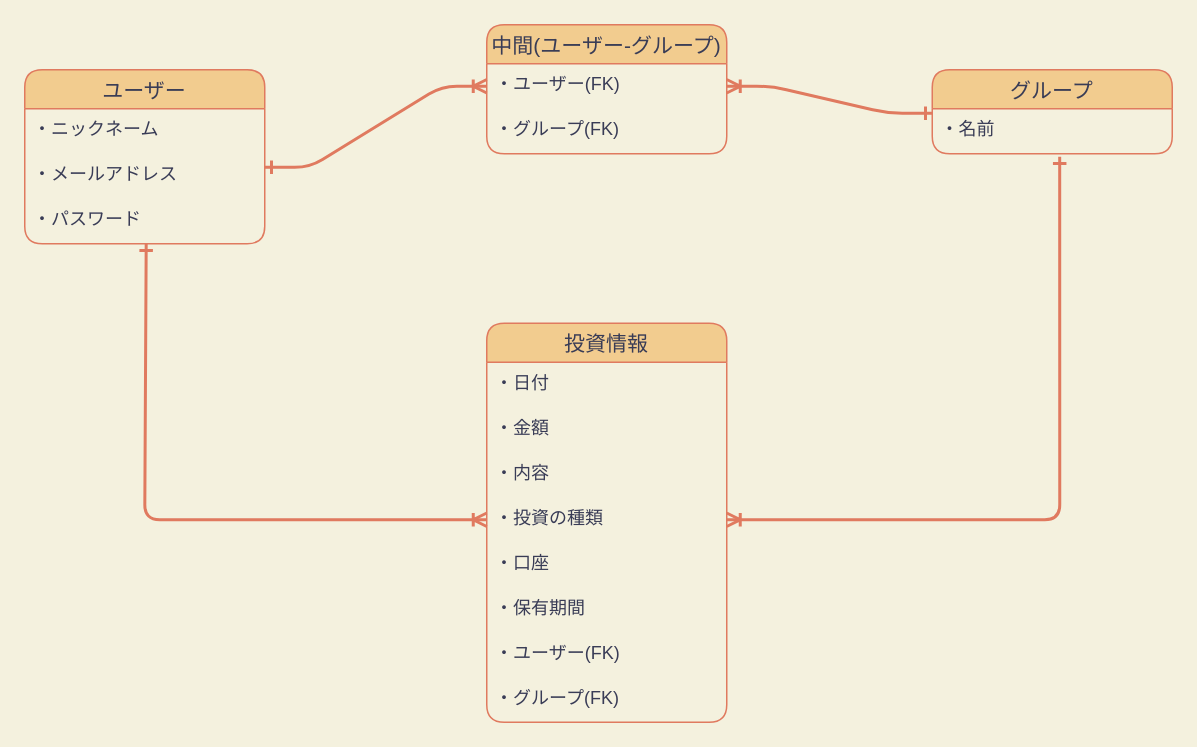
This is table-design.dio from kamahiro0413/invest-manage, a draw.io file, before an edit. Source tidied: cells renumbered, new cells numbered last; positions are measured from the earlier drawing's top-left corner, leaving out a move shared by most shapes. Both pictures are drawn from the tidied source at 150%, with x=0, y=0 at pixel (24, 24).
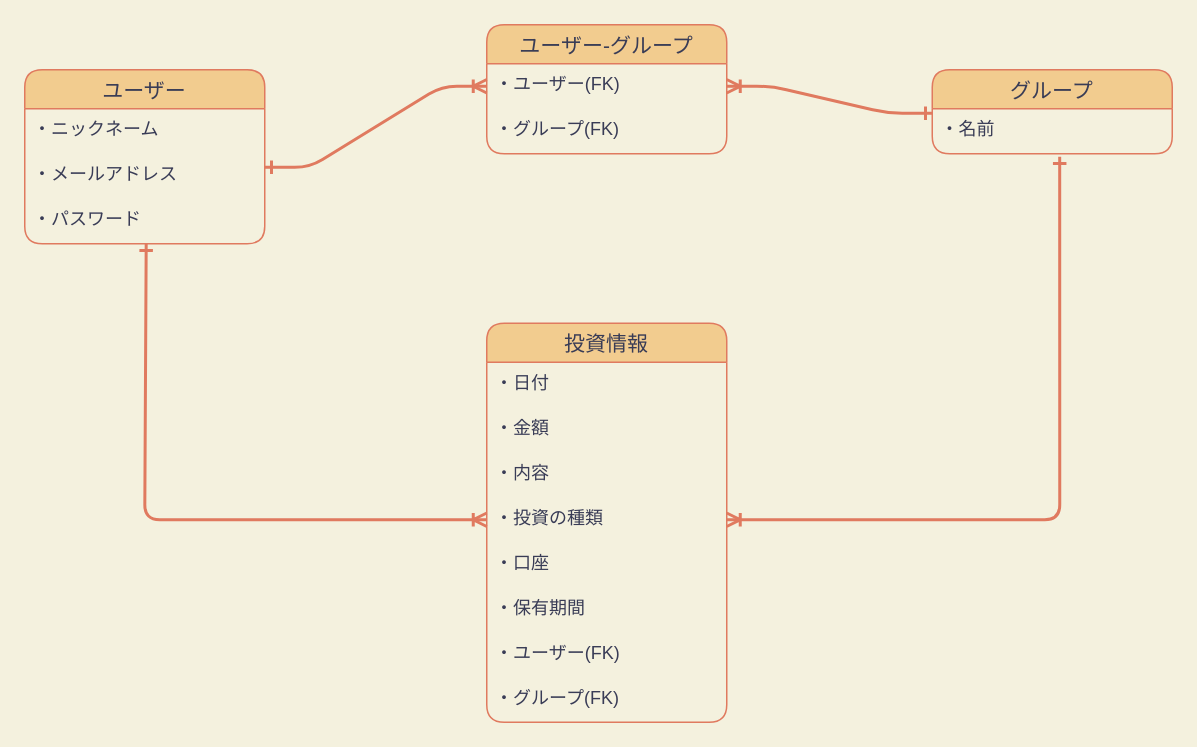
Above is the later version.

What changed in the source:
```diff
@@
-    <mxCell id="8" value="中間(ユーザー-グループ)" style="swimlane;fontStyle=0;horizontal=1;startSize=26;align=center;fontSize=14;rounded=1;shadow=0;strokeColor=#E07A5F;fontColor=#393C56;labelBackgroundColor=none;fillColor=#F2CC8F;" parent="1" vertex="1">
+    <mxCell id="8" value="ユーザー-グループ" style="swimlane;fontStyle=0;horizontal=1;startSize=26;align=center;fontSize=14;rounded=1;shadow=0;strokeColor=#E07A5F;fontColor=#393C56;labelBackgroundColor=none;fillColor=#F2CC8F;" parent="1" vertex="1">
       <mxGeometry x="308" width="160" height="86" as="geometry" />
     </mxCell>
```
